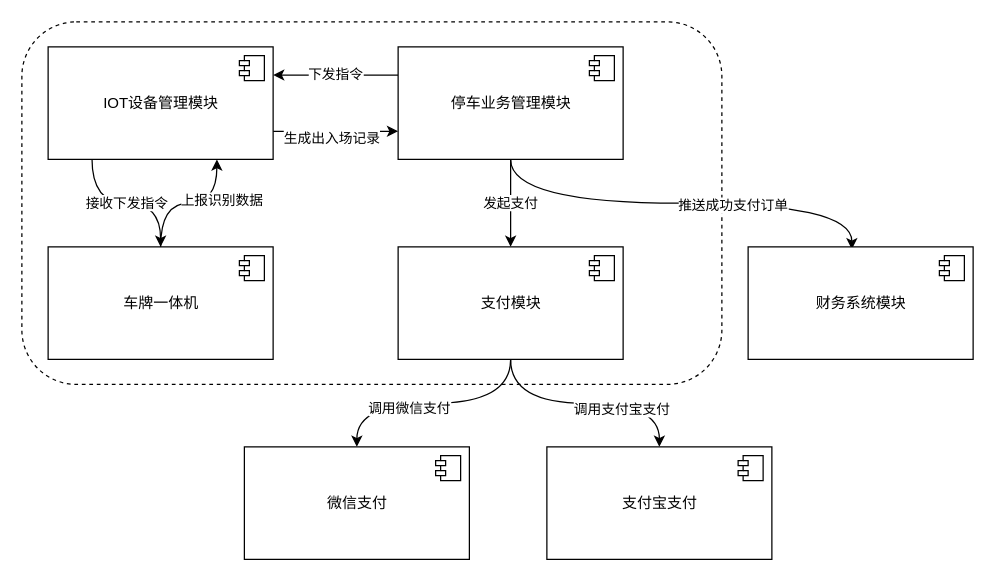
Above: page "总体系统接口交互图" (2 of 4) of hg/sm@rtpark/Untitled Diagram.drawio in yywyuwei/BusinessProcess (draw.io), before the change. Source tidied: cells renumbered, new cells numbered last; positions are measured from the earlier drawing's top-left corner, leaving out a move shared by most shapes. Both pictures are drawn from the tidied source at 125%, with x=0, y=0 at pixel (21, 21).
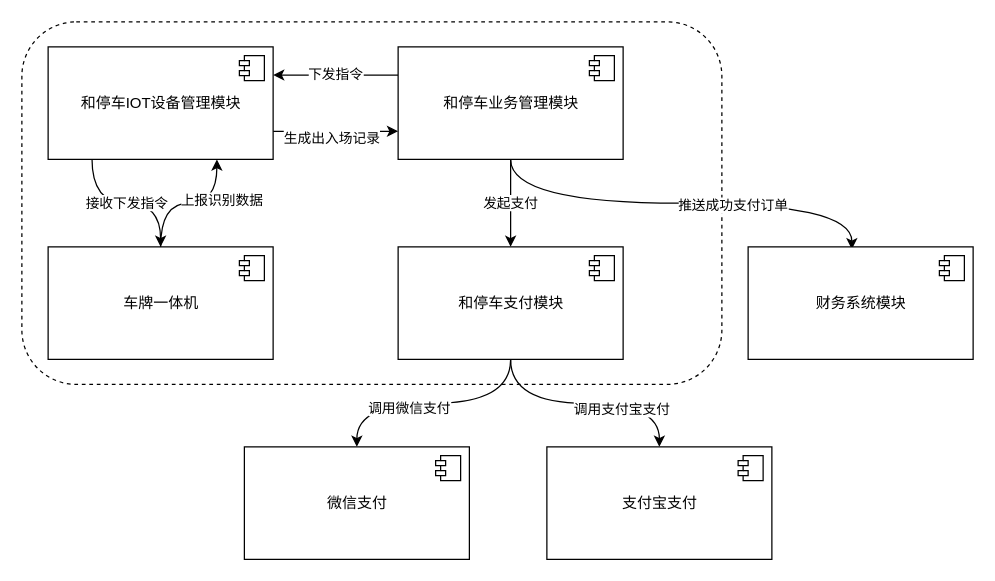
The same page after the edit.

What changed in the source:
```diff
@@
-    <mxCell id="7" value="停车业务管理模块" style="html=1;rounded=0;shadow=0;glass=0;sketch=0;align=center;verticalAlign=middle;" parent="1" vertex="1">
+    <mxCell id="7" value="和停车业务管理模块" style="html=1;rounded=0;shadow=0;glass=0;sketch=0;align=center;verticalAlign=middle;" parent="1" vertex="1">
       <mxGeometry x="301" y="20" width="180" height="90" as="geometry" />
     </mxCell>
@@
-    <mxCell id="13" value="IOT设备管理模块" style="html=1;rounded=0;shadow=0;glass=0;sketch=0;align=center;verticalAlign=middle;" parent="1" vertex="1">
+    <mxCell id="13" value="和停车IOT设备管理模块" style="html=1;rounded=0;shadow=0;glass=0;sketch=0;align=center;verticalAlign=middle;" parent="1" vertex="1">
       <mxGeometry x="21" y="20" width="180" height="90" as="geometry" />
     </mxCell>
@@
-    <mxCell id="19" value="支付模块" style="html=1;rounded=0;shadow=0;glass=0;sketch=0;align=center;verticalAlign=middle;" parent="1" vertex="1">
+    <mxCell id="19" value="和停车支付模块" style="html=1;rounded=0;shadow=0;glass=0;sketch=0;align=center;verticalAlign=middle;" parent="1" vertex="1">
       <mxGeometry x="301" y="180" width="180" height="90" as="geometry" />
     </mxCell>
```
